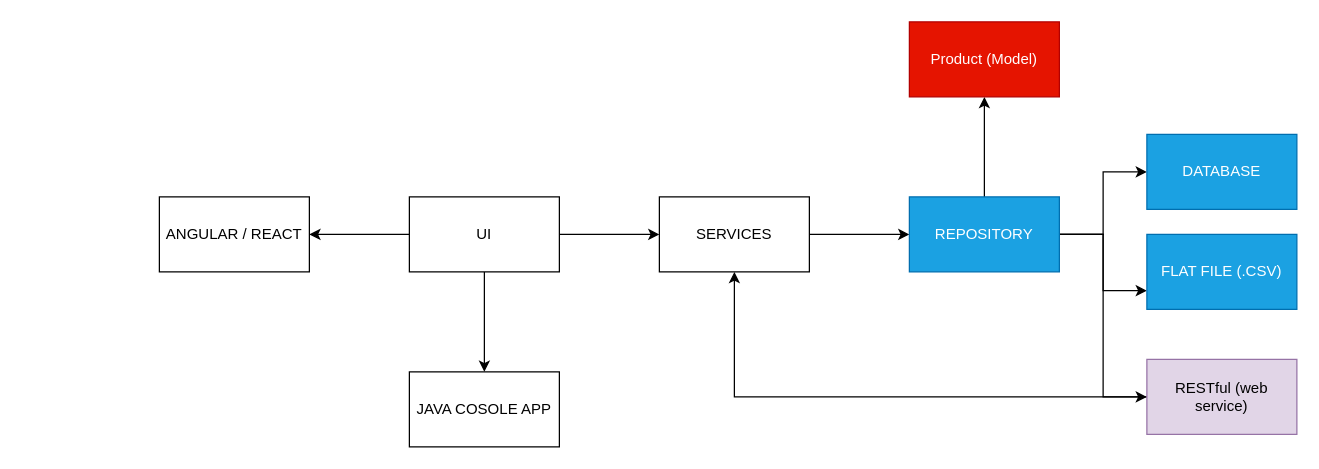
The draw.io diagram page "LAYERED ARCHITECTURE" (2 of 3) of java/diagrams/java-workflow.drawio in aukokyong/jfs-master, before the edit. Source tidied: cells renumbered, new cells numbered last; positions are measured from the earlier drawing's top-left corner, leaving out a move shared by most shapes. Both pictures are drawn from the tidied source at 125%, with x=0, y=0 at pixel (159, 21).
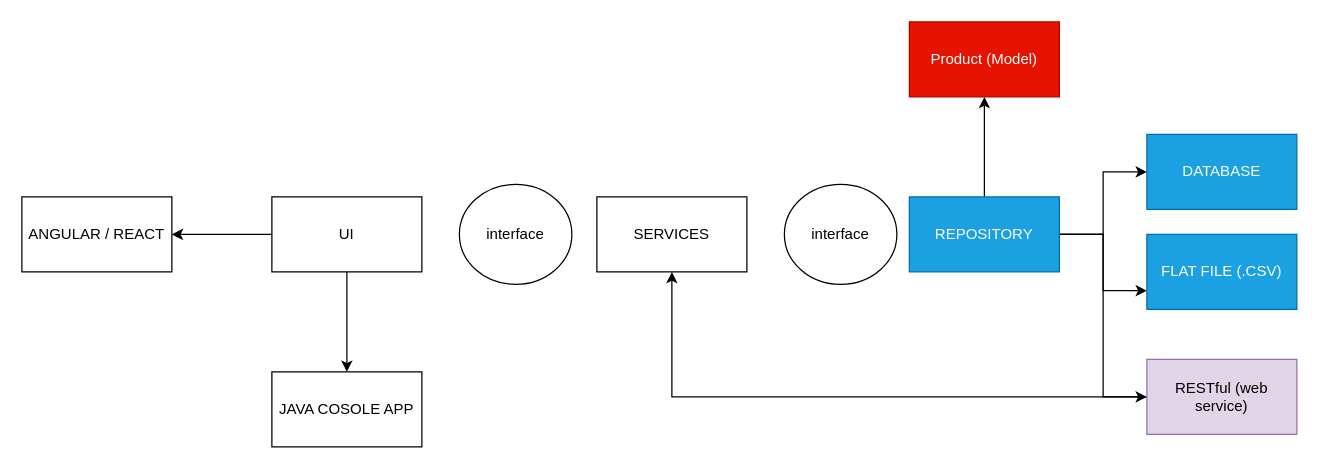
The same diagram, later.

Change to the diagram source:
```diff
@@
 <mxGraphModel>
   <root>
     <mxCell id="0" />
     <mxCell id="1" parent="0" />
     <mxCell id="2" style="edgeStyle=orthogonalEdgeStyle;rounded=0;jettySize=auto;html=1;" parent="1" edge="1" source="5" target="6">
       <mxGeometry relative="1" as="geometry" />
     </mxCell>
     <mxCell id="3" style="edgeStyle=orthogonalEdgeStyle;rounded=0;jettySize=auto;html=1;" parent="1" edge="1" source="5" target="7">
       <mxGeometry relative="1" as="geometry" />
     </mxCell>
-    <mxCell id="4" style="edgeStyle=orthogonalEdgeStyle;rounded=0;jettySize=auto;html=1;" parent="1" edge="1" source="5" target="9">
-      <mxGeometry relative="1" as="geometry" />
-    </mxCell>
     <mxCell id="5" value="UI" style="rounded=0;whiteSpace=wrap;html=1;" parent="1" vertex="1">
-      <mxGeometry x="200" y="140" width="120" height="60" as="geometry" />
+      <mxGeometry x="90" y="140" width="120" height="60" as="geometry" />
     </mxCell>
     <mxCell id="6" value="JAVA COSOLE APP" style="rounded=0;whiteSpace=wrap;html=1;" parent="1" vertex="1">
-      <mxGeometry x="200" y="280" width="120" height="60" as="geometry" />
+      <mxGeometry x="90" y="280" width="120" height="60" as="geometry" />
     </mxCell>
     <mxCell id="7" value="ANGULAR / REACT" style="rounded=0;whiteSpace=wrap;html=1;" parent="1" vertex="1">
-      <mxGeometry y="140" width="120" height="60" as="geometry" />
+      <mxGeometry x="-110" y="140" width="120" height="60" as="geometry" />
     </mxCell>
-    <mxCell id="8" style="edgeStyle=orthogonalEdgeStyle;rounded=0;jettySize=auto;html=1;" parent="1" edge="1" source="9" target="14">
-      <mxGeometry relative="1" as="geometry" />
-    </mxCell>
     <mxCell id="9" value="SERVICES" style="rounded=0;whiteSpace=wrap;html=1;" parent="1" vertex="1">
-      <mxGeometry x="400" y="140" width="120" height="60" as="geometry" />
+      <mxGeometry x="350" y="140" width="120" height="60" as="geometry" />
     </mxCell>
     <mxCell id="10" style="edgeStyle=orthogonalEdgeStyle;rounded=0;jettySize=auto;html=1;" parent="1" edge="1" source="14" target="15">
       <mxGeometry relative="1" as="geometry" />
     </mxCell>
     <mxCell id="11" style="edgeStyle=orthogonalEdgeStyle;rounded=0;jettySize=auto;html=1;entryX=0;entryY=0.75;entryDx=0;entryDy=0;" parent="1" edge="1" source="14" target="16">
       <mxGeometry relative="1" as="geometry" />
     </mxCell>
     <mxCell id="12" style="edgeStyle=orthogonalEdgeStyle;rounded=0;jettySize=auto;html=1;entryX=0;entryY=0.5;entryDx=0;entryDy=0;" parent="1" edge="1" source="14" target="18">
       <mxGeometry relative="1" as="geometry" />
     </mxCell>
     <mxCell id="13" style="edgeStyle=orthogonalEdgeStyle;rounded=0;jettySize=auto;html=1;" parent="1" edge="1" source="14" target="19">
       <mxGeometry relative="1" as="geometry" />
     </mxCell>
     <mxCell id="14" value="REPOSITORY" style="rounded=0;whiteSpace=wrap;html=1;fillColor=#1ba1e2;strokeColor=#006EAF;fontColor=#ffffff;" parent="1" vertex="1">
       <mxGeometry x="600" y="140" width="120" height="60" as="geometry" />
     </mxCell>
     <mxCell id="15" value="DATABASE" style="rounded=0;whiteSpace=wrap;html=1;fillColor=#1ba1e2;strokeColor=#006EAF;fontColor=#ffffff;" parent="1" vertex="1">
       <mxGeometry x="790" y="90" width="120" height="60" as="geometry" />
     </mxCell>
     <mxCell id="16" value="FLAT FILE (.CSV)" style="rounded=0;whiteSpace=wrap;html=1;fillColor=#1ba1e2;strokeColor=#006EAF;fontColor=#ffffff;" parent="1" vertex="1">
       <mxGeometry x="790" y="170" width="120" height="60" as="geometry" />
     </mxCell>
     <mxCell id="17" style="edgeStyle=orthogonalEdgeStyle;rounded=0;jettySize=auto;html=1;entryX=0.5;entryY=1;entryDx=0;entryDy=0;" parent="1" edge="1" source="18" target="9">
       <mxGeometry relative="1" as="geometry" />
     </mxCell>
     <mxCell id="18" value="RESTful (web service)" style="rounded=0;whiteSpace=wrap;html=1;fillColor=#e1d5e7;strokeColor=#9673a6;" parent="1" vertex="1">
       <mxGeometry x="790" y="270" width="120" height="60" as="geometry" />
     </mxCell>
     <mxCell id="19" value="Product (Model)" style="rounded=0;whiteSpace=wrap;html=1;fillColor=#e51400;strokeColor=#B20000;fontColor=#ffffff;" parent="1" vertex="1">
       <mxGeometry x="600" width="120" height="60" as="geometry" />
     </mxCell>
+    <mxCell id="20" value="interface" style="ellipse;whiteSpace=wrap;html=1;" parent="1" vertex="1">
+      <mxGeometry x="240" y="130" width="90" height="80" as="geometry" />
+    </mxCell>
+    <mxCell id="21" value="interface" style="ellipse;whiteSpace=wrap;html=1;" parent="1" vertex="1">
+      <mxGeometry x="500" y="130" width="90" height="80" as="geometry" />
+    </mxCell>
   </root>
 </mxGraphModel>
```
